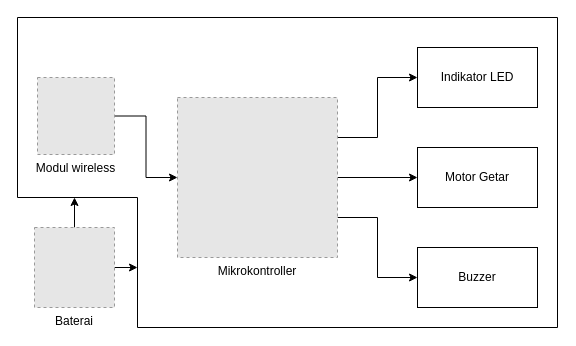
This is Block Diagram Alert Device.drawio from Akise17/Web-Design, a draw.io file, before an edit. Source tidied: cells renumbered, new cells numbered last; positions are measured from the earlier drawing's top-left corner, leaving out a move shared by most shapes. Both pictures are drawn from the tidied source at 100%, with x=0, y=0 at pixel (17, 17). Pictures stored in the file or linked from it are replaced by grey dashed boxes.
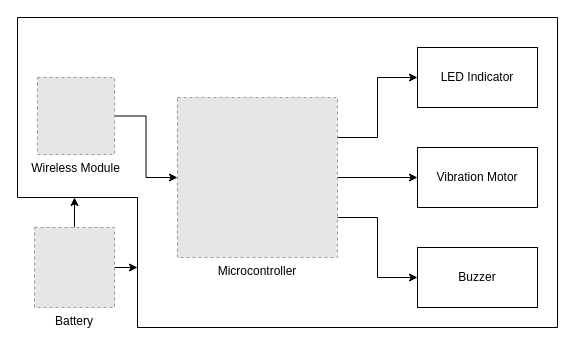
The same page after the edit.

The edit, as a diff of the source:
```diff
@@
-    <mxCell id="4" value="Baterai" style="fillColor=#E6E6E6;strokeColor=#999999;dashed=1;verticalLabelPosition=bottom;labelBackgroundColor=#ffffff;verticalAlign=top;rotation=0;" parent="1" vertex="1">
+    <mxCell id="4" value="Battery" style="fillColor=#E6E6E6;strokeColor=#999999;dashed=1;verticalLabelPosition=bottom;labelBackgroundColor=#ffffff;verticalAlign=top;rotation=0;" parent="1" vertex="1">
       <mxGeometry x="17" y="210" width="80" height="80" as="geometry" />
     </mxCell>
@@
-    <mxCell id="8" value="Mikrokontroller" style="fillColor=#E6E6E6;strokeColor=#999999;dashed=1;verticalLabelPosition=bottom;labelBackgroundColor=#ffffff;verticalAlign=top;" parent="1" vertex="1">
+    <mxCell id="8" value="Microcontroller" style="fillColor=#E6E6E6;strokeColor=#999999;dashed=1;verticalLabelPosition=bottom;labelBackgroundColor=#ffffff;verticalAlign=top;" parent="1" vertex="1">
       <mxGeometry x="160" y="80" width="160" height="160" as="geometry" />
     </mxCell>
@@
-    <mxCell id="10" value="Modul wireless" style="fillColor=#E6E6E6;strokeColor=#999999;dashed=1;verticalLabelPosition=bottom;labelBackgroundColor=#ffffff;verticalAlign=top;" parent="1" vertex="1">
+    <mxCell id="10" value="Wireless Module" style="fillColor=#E6E6E6;strokeColor=#999999;dashed=1;verticalLabelPosition=bottom;labelBackgroundColor=#ffffff;verticalAlign=top;" parent="1" vertex="1">
       <mxGeometry x="20" y="60" width="77" height="77" as="geometry" />
     </mxCell>
-    <mxCell id="11" value="Indikator LED" style="rounded=0;whiteSpace=wrap;html=1;" parent="1" vertex="1">
+    <mxCell id="11" value="LED Indicator" style="rounded=0;whiteSpace=wrap;html=1;" parent="1" vertex="1">
       <mxGeometry x="400" y="30" width="120" height="60" as="geometry" />
     </mxCell>
-    <mxCell id="12" value="Motor Getar" style="rounded=0;whiteSpace=wrap;html=1;" parent="1" vertex="1">
+    <mxCell id="12" value="Vibration Motor" style="rounded=0;whiteSpace=wrap;html=1;" parent="1" vertex="1">
       <mxGeometry x="400" y="130" width="120" height="60" as="geometry" />
     </mxCell>
```
